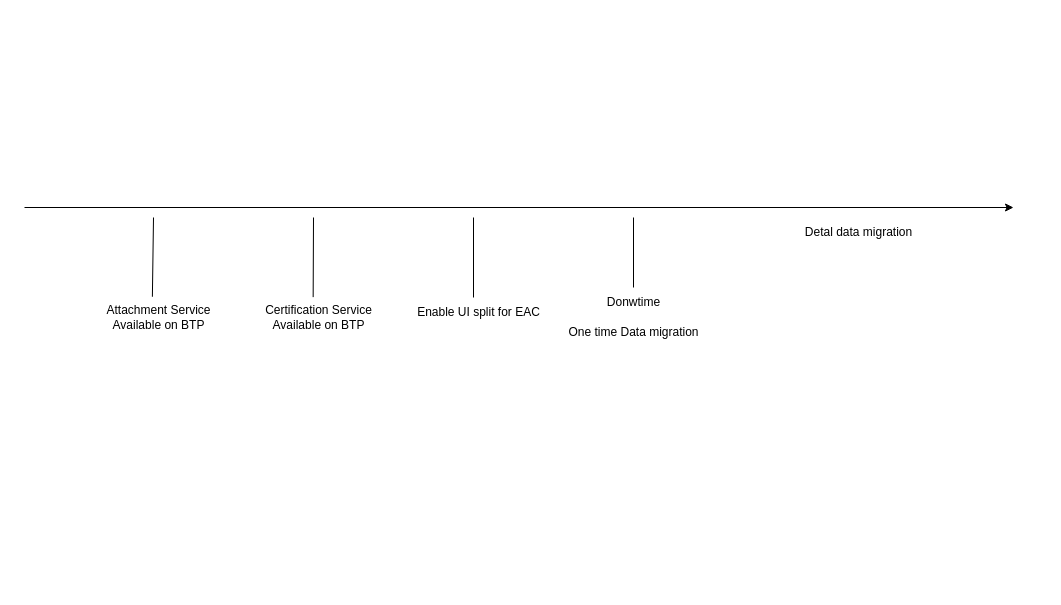
Above: page "Page-31" (32 of 32) of certificationService.er.drawio in huangshijie/Drawio (draw.io), before the change. Source tidied: cells renumbered, new cells numbered last; positions are measured from the earlier drawing's top-left corner, leaving out a move shared by most shapes. Both pictures are drawn from the tidied source at 100%, with x=0, y=0 at pixel (24, 207).
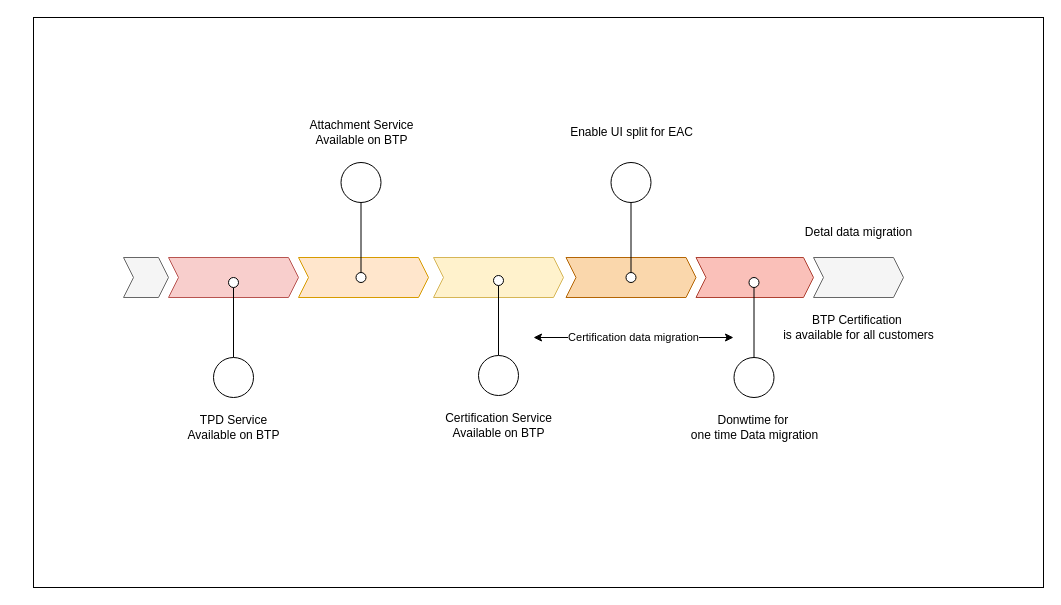
The same diagram, later.

Change to the diagram source:
```diff
@@
-    <mxCell id="2" style="endArrow=classic;html=1;rounded=0;" parent="1" edge="1">
-      <mxGeometry relative="1" as="geometry">
-        <mxPoint as="sourcePoint" />
-        <mxPoint x="989" as="targetPoint" />
-      </mxGeometry>
-    </mxCell>
-    <mxCell id="3" style="endArrow=none;html=1;rounded=0;" parent="1" edge="1">
-      <mxGeometry relative="1" as="geometry">
-        <mxPoint x="609" y="80" as="sourcePoint" />
-        <mxPoint x="609" y="10" as="targetPoint" />
-      </mxGeometry>
-    </mxCell>
-    <mxCell id="4" value="Donwtime" style="text;html=1;align=center;verticalAlign=middle;strokeColor=none;fillColor=none;" parent="1" vertex="1">
-      <mxGeometry x="569" y="80" width="80" height="30" as="geometry" />
-    </mxCell>
-    <mxCell id="5" style="endArrow=none;html=1;rounded=0;exitX=0.453;exitY=-0.018;exitDx=0;exitDy=0;exitPerimeter=0;" parent="1" edge="1" source="6">
-      <mxGeometry relative="1" as="geometry">
-        <mxPoint x="129" y="10" as="targetPoint" />
-      </mxGeometry>
-    </mxCell>
+    <mxCell id="13" style="rounded=0;whiteSpace=wrap;html=1;" parent="1" vertex="1">
+      <mxGeometry x="9" y="-190" width="1010" height="570" as="geometry" />
+    </mxCell>
+    <mxCell id="12" value="Detal data migration" style="text;html=1;align=center;verticalAlign=middle;strokeColor=none;fillColor=none;" parent="1" vertex="1">
+      <mxGeometry x="769" y="10" width="130" height="30" as="geometry" />
+    </mxCell>
+    <mxCell id="14" value="BTP Certification&amp;nbsp;&lt;div&gt;is available for all customers&lt;/div&gt;" style="text;html=1;align=center;verticalAlign=middle;strokeColor=none;fillColor=none;" parent="1" vertex="1">
+      <mxGeometry x="749" y="100" width="170" height="40" as="geometry" />
+    </mxCell>
+    <mxCell id="15" value="Certification data migration" style="endArrow=classic;startArrow=classic;html=1;rounded=0;" parent="1" edge="1">
+      <mxGeometry relative="1" as="geometry">
+        <mxPoint x="509" y="130" as="sourcePoint" />
+        <mxPoint x="709" y="130" as="targetPoint" />
+      </mxGeometry>
+    </mxCell>
+    <mxCell id="16" style="shape=step;perimeter=stepPerimeter;whiteSpace=wrap;html=1;fixedSize=1;size=10;fillColor=#f8cecc;strokeColor=#b85450;" parent="1" vertex="1">
+      <mxGeometry x="144" y="50" width="130" height="40" as="geometry" />
+    </mxCell>
+    <mxCell id="17" style="group;" parent="1" vertex="1">
+      <mxGeometry x="149" y="70" width="120" height="170" as="geometry" />
+    </mxCell>
+    <mxCell id="18" style="group;" parent="17" vertex="1">
+      <mxGeometry x="40" width="40" height="120" as="geometry" />
+    </mxCell>
+    <mxCell id="19" style="endArrow=none;html=1;rounded=0;" parent="18" edge="1">
+      <mxGeometry relative="1" as="geometry">
+        <mxPoint x="20" y="80" as="sourcePoint" />
+        <mxPoint x="20" y="10" as="targetPoint" />
+      </mxGeometry>
+    </mxCell>
+    <mxCell id="20" style="ellipse;whiteSpace=wrap;html=1;" parent="18" vertex="1">
+      <mxGeometry y="80" width="40" height="40" as="geometry" />
+    </mxCell>
+    <mxCell id="21" style="ellipse;whiteSpace=wrap;html=1;" parent="18" vertex="1">
+      <mxGeometry x="15" width="10" height="10" as="geometry" />
+    </mxCell>
+    <mxCell id="22" value="TPD Service&lt;br&gt;Available on BTP" style="text;html=1;align=center;verticalAlign=middle;strokeColor=none;fillColor=none;" parent="17" vertex="1">
+      <mxGeometry y="130" width="120" height="40" as="geometry" />
+    </mxCell>
+    <mxCell id="23" style="shape=step;perimeter=stepPerimeter;whiteSpace=wrap;html=1;fixedSize=1;size=10;fillColor=#ffe6cc;strokeColor=#d79b00;" parent="1" vertex="1">
+      <mxGeometry x="274" y="50" width="130" height="40" as="geometry" />
+    </mxCell>
+    <mxCell id="24" style="group;" parent="1" vertex="1">
+      <mxGeometry x="269" y="-95" width="130" height="180" as="geometry" />
+    </mxCell>
+    <mxCell id="25" style="group;rotation=-180;" parent="24" vertex="1">
+      <mxGeometry x="2.5" width="125" height="170" as="geometry" />
+    </mxCell>
+    <mxCell id="26" style="group;rotation=-180;" parent="25" vertex="1">
+      <mxGeometry x="45" y="50" width="40" height="120" as="geometry" />
+    </mxCell>
+    <mxCell id="27" style="endArrow=none;html=1;rounded=0;" parent="26" edge="1">
+      <mxGeometry relative="1" as="geometry">
+        <mxPoint x="20" y="40" as="sourcePoint" />
+        <mxPoint x="20" y="110" as="targetPoint" />
+      </mxGeometry>
+    </mxCell>
+    <mxCell id="28" style="ellipse;whiteSpace=wrap;html=1;rotation=-180;" parent="26" vertex="1">
+      <mxGeometry width="40" height="40" as="geometry" />
+    </mxCell>
+    <mxCell id="29" style="ellipse;whiteSpace=wrap;html=1;rotation=-180;" parent="26" vertex="1">
+      <mxGeometry x="15" y="110" width="10" height="10" as="geometry" />
+    </mxCell>
-    <mxCell id="6" value="Attachment Service&lt;br&gt;Available on BTP" style="text;html=1;align=center;verticalAlign=middle;points=[];strokeColor=none;fillColor=none;" parent="1" vertex="1">
-      <mxGeometry x="69" y="90" width="130" height="40" as="geometry" />
+    <mxCell id="6" value="Attachment Service&lt;br&gt;Available on BTP" style="text;html=1;align=center;verticalAlign=middle;points=[];strokeColor=none;fillColor=none;rotation=0;" parent="25" vertex="1">
+      <mxGeometry width="130" height="40" as="geometry" />
     </mxCell>
-    <mxCell id="7" style="endArrow=none;html=1;rounded=0;exitX=0.459;exitY=-0.009;exitDx=0;exitDy=0;exitPerimeter=0;" parent="1" edge="1" source="8">
-      <mxGeometry relative="1" as="geometry">
-        <mxPoint x="289" y="10" as="targetPoint" />
-      </mxGeometry>
-    </mxCell>
+    <mxCell id="30" style="shape=step;perimeter=stepPerimeter;whiteSpace=wrap;html=1;fixedSize=1;size=10;fillColor=#fff2cc;strokeColor=#d6b656;" parent="1" vertex="1">
+      <mxGeometry x="409" y="50" width="130" height="40" as="geometry" />
+    </mxCell>
+    <mxCell id="31" style="group;" parent="1" vertex="1">
+      <mxGeometry x="404" y="58" width="140" height="180" as="geometry" />
+    </mxCell>
+    <mxCell id="32" style="group;" parent="31" vertex="1">
+      <mxGeometry x="10" y="10" width="125" height="170" as="geometry" />
+    </mxCell>
+    <mxCell id="33" style="group;" parent="32" vertex="1">
+      <mxGeometry x="40" width="60" height="120" as="geometry" />
+    </mxCell>
+    <mxCell id="34" style="endArrow=none;html=1;rounded=0;" parent="33" edge="1">
+      <mxGeometry relative="1" as="geometry">
+        <mxPoint x="20" y="80" as="sourcePoint" />
+        <mxPoint x="20" y="10" as="targetPoint" />
+      </mxGeometry>
+    </mxCell>
+    <mxCell id="35" style="ellipse;whiteSpace=wrap;html=1;" parent="33" vertex="1">
+      <mxGeometry y="80" width="40" height="40" as="geometry" />
+    </mxCell>
+    <mxCell id="36" style="ellipse;whiteSpace=wrap;html=1;" parent="33" vertex="1">
+      <mxGeometry x="15" width="10" height="10" as="geometry" />
+    </mxCell>
-    <mxCell id="8" value="Certification Service &lt;br&gt;Available on BTP" style="text;html=1;align=center;verticalAlign=middle;points=[];strokeColor=none;fillColor=none;" parent="1" vertex="1">
-      <mxGeometry x="229" y="90" width="130" height="40" as="geometry" />
+    <mxCell id="8" value="Certification Service&lt;br&gt;Available on BTP" style="text;html=1;align=center;verticalAlign=middle;points=[];strokeColor=none;fillColor=none;" parent="32" vertex="1">
+      <mxGeometry x="-5" y="130" width="130" height="40" as="geometry" />
     </mxCell>
-    <mxCell id="9" style="endArrow=none;html=1;rounded=0;" parent="1" edge="1">
-      <mxGeometry relative="1" as="geometry">
-        <mxPoint x="449" y="90" as="sourcePoint" />
-        <mxPoint x="449" y="10" as="targetPoint" />
-      </mxGeometry>
-    </mxCell>
+    <mxCell id="37" style="shape=step;perimeter=stepPerimeter;whiteSpace=wrap;html=1;fixedSize=1;size=10;fillColor=#fad7ac;strokeColor=#b46504;" parent="1" vertex="1">
+      <mxGeometry x="541.5" y="50" width="130" height="40" as="geometry" />
+    </mxCell>
+    <mxCell id="38" style="shape=step;perimeter=stepPerimeter;whiteSpace=wrap;html=1;fixedSize=1;size=10;fillColor=#FAC0B9;strokeColor=#ae4132;" parent="1" vertex="1">
+      <mxGeometry x="671.5" y="50" width="117.5" height="40" as="geometry" />
+    </mxCell>
+    <mxCell id="39" style="group;" parent="1" vertex="1">
+      <mxGeometry x="529" y="-95" width="140" height="180" as="geometry" />
+    </mxCell>
+    <mxCell id="40" style="group;rotation=-180;" parent="39" vertex="1">
+      <mxGeometry x="2.5" width="135" height="170" as="geometry" />
+    </mxCell>
+    <mxCell id="41" style="group;rotation=-180;" parent="40" vertex="1">
+      <mxGeometry x="55" y="50" width="40" height="120" as="geometry" />
+    </mxCell>
+    <mxCell id="42" style="endArrow=none;html=1;rounded=0;" parent="41" edge="1">
+      <mxGeometry relative="1" as="geometry">
+        <mxPoint x="20" y="40" as="sourcePoint" />
+        <mxPoint x="20" y="110" as="targetPoint" />
+      </mxGeometry>
+    </mxCell>
+    <mxCell id="43" style="ellipse;whiteSpace=wrap;html=1;rotation=-180;" parent="41" vertex="1">
+      <mxGeometry x="15" y="110" width="10" height="10" as="geometry" />
+    </mxCell>
+    <mxCell id="44" style="ellipse;whiteSpace=wrap;html=1;rotation=-180;" parent="41" vertex="1">
+      <mxGeometry width="40" height="40" as="geometry" />
+    </mxCell>
-    <mxCell id="10" value="Enable UI split for EAC" style="text;html=1;align=center;verticalAlign=middle;strokeColor=none;fillColor=none;" parent="1" vertex="1">
-      <mxGeometry x="379" y="90" width="150" height="30" as="geometry" />
+    <mxCell id="10" value="Enable UI split for EAC" style="text;html=1;align=center;verticalAlign=middle;strokeColor=none;fillColor=none;rotation=0;" parent="40" vertex="1">
+      <mxGeometry y="5" width="150" height="30" as="geometry" />
     </mxCell>
-    <mxCell id="11" value="One time Data migration" style="text;html=1;align=center;verticalAlign=middle;strokeColor=none;fillColor=none;" parent="1" vertex="1">
-      <mxGeometry x="534" y="110" width="150" height="30" as="geometry" />
-    </mxCell>
-    <mxCell id="12" value="Detal data migration" style="text;html=1;align=center;verticalAlign=middle;strokeColor=none;fillColor=none;" parent="1" vertex="1">
-      <mxGeometry x="769" y="10" width="130" height="30" as="geometry" />
-    </mxCell>
+    <mxCell id="45" style="group;" parent="1" vertex="1">
+      <mxGeometry x="666.5" y="60" width="140" height="180" as="geometry" />
+    </mxCell>
+    <mxCell id="46" style="group;" parent="45" vertex="1">
+      <mxGeometry x="3" y="10" width="135" height="170" as="geometry" />
+    </mxCell>
+    <mxCell id="47" style="group;" parent="46" vertex="1">
+      <mxGeometry x="40" width="40" height="120" as="geometry" />
+    </mxCell>
+    <mxCell id="48" style="endArrow=none;html=1;rounded=0;" parent="47" edge="1">
+      <mxGeometry relative="1" as="geometry">
+        <mxPoint x="20" y="80" as="sourcePoint" />
+        <mxPoint x="20" y="10" as="targetPoint" />
+      </mxGeometry>
+    </mxCell>
+    <mxCell id="49" style="ellipse;whiteSpace=wrap;html=1;" parent="47" vertex="1">
+      <mxGeometry y="80" width="40" height="40" as="geometry" />
+    </mxCell>
+    <mxCell id="50" style="ellipse;whiteSpace=wrap;html=1;" parent="47" vertex="1">
+      <mxGeometry x="15" width="10" height="10" as="geometry" />
+    </mxCell>
+    <mxCell id="51" value="Donwtime for&amp;nbsp;&lt;br&gt;one time Data migration" style="text;html=1;align=center;verticalAlign=middle;strokeColor=none;fillColor=none;" parent="46" vertex="1">
+      <mxGeometry x="-15" y="130" width="150" height="40" as="geometry" />
+    </mxCell>
+    <mxCell id="52" style="shape=step;perimeter=stepPerimeter;whiteSpace=wrap;html=1;fixedSize=1;size=10;fillColor=#f5f5f5;fontColor=#333333;strokeColor=#666666;" parent="1" vertex="1">
+      <mxGeometry x="789" y="50" width="90" height="40" as="geometry" />
+    </mxCell>
+    <mxCell id="53" style="shape=step;perimeter=stepPerimeter;whiteSpace=wrap;html=1;fixedSize=1;size=10;fillColor=#f5f5f5;fontColor=#333333;strokeColor=#666666;" parent="1" vertex="1">
+      <mxGeometry x="99" y="50" width="45" height="40" as="geometry" />
+    </mxCell>
```
